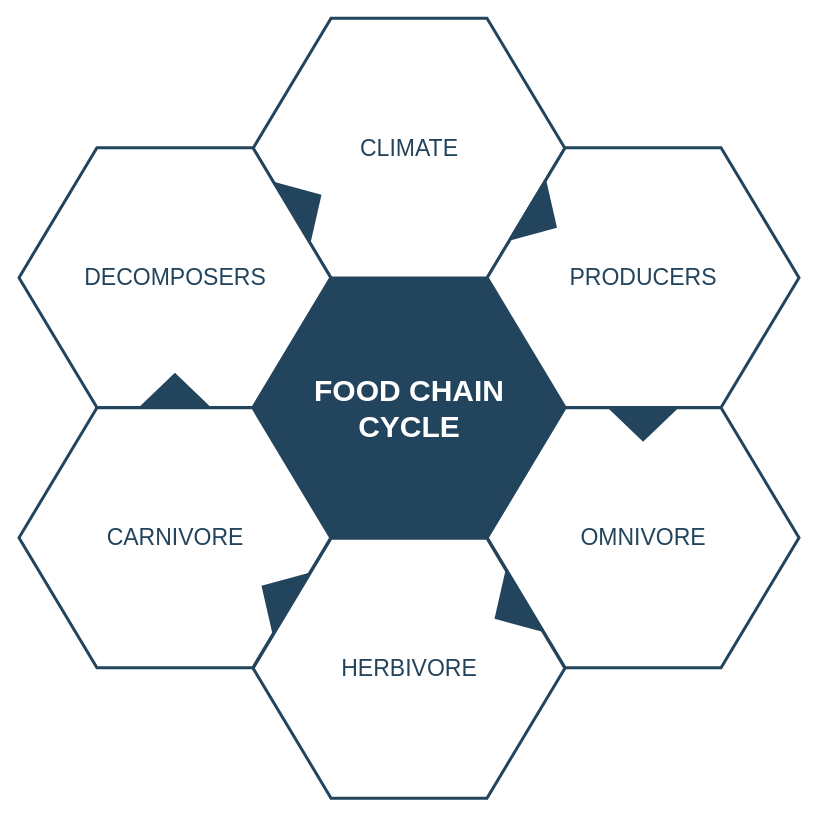
Above: Untitled Diagram.drawio in fangchen-yiside/DecryptLogin (draw.io), before the change. Source tidied: cells renumbered, new cells numbered last; positions are measured from the earlier drawing's top-left corner, leaving out a move shared by most shapes. Both pictures are drawn from the tidied source at 100%, with x=0, y=0 at pixel (18, 18).
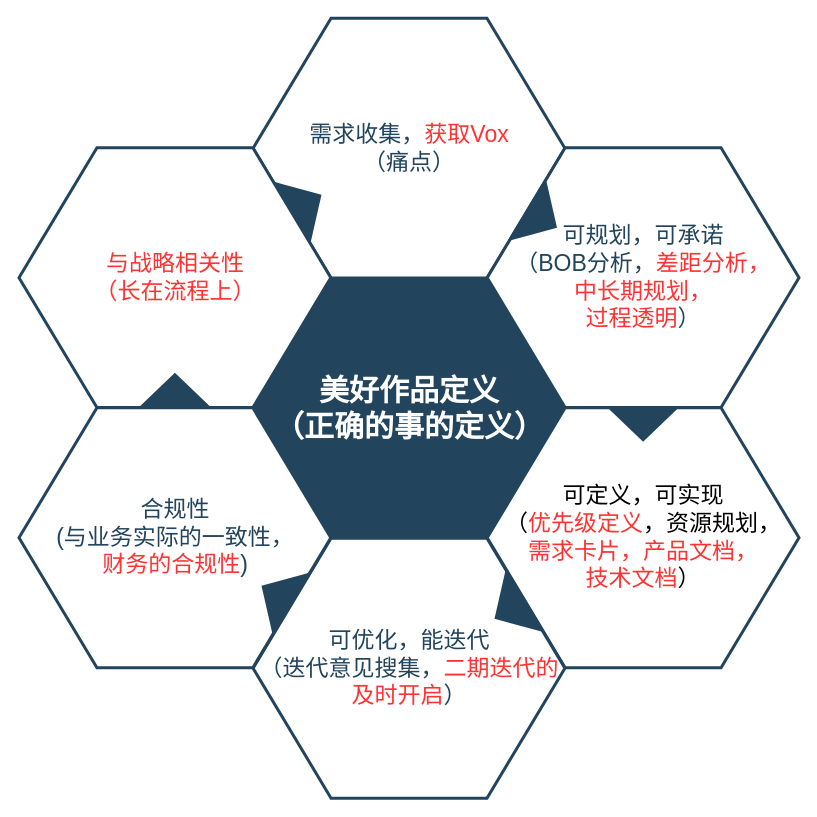
After the change.

The edit, as a diff of the source:
```diff
@@
 <mxGraphModel>
   <root>
     <mxCell id="0" />
     <mxCell id="1" parent="0" />
-    <mxCell id="2" value="&lt;font style=&quot;font-size: 30px&quot; color=&quot;#ffffff&quot;&gt;&lt;b&gt;&lt;span&gt;FOOD CHAIN&lt;/span&gt;&lt;br&gt;&lt;span&gt;CYCLE&lt;/span&gt;&lt;/b&gt;&lt;/font&gt;&lt;br&gt;" style="shape=hexagon;perimeter=hexagonPerimeter2;whiteSpace=wrap;html=1;shadow=0;labelBackgroundColor=none;strokeColor=#23445D;fillColor=#23445D;gradientColor=none;fontFamily=Helvetica;fontSize=23;fontColor=#23445d;align=center;strokeWidth=3;" parent="1" vertex="1">
+    <mxCell id="2" value="&lt;font color=&quot;#ffffff&quot;&gt;&lt;span style=&quot;font-size: 30px&quot;&gt;&lt;b&gt;美好作品定义&lt;br&gt;（正确的事的定义）&lt;br&gt;&lt;/b&gt;&lt;/span&gt;&lt;/font&gt;" style="shape=hexagon;perimeter=hexagonPerimeter2;whiteSpace=wrap;html=1;shadow=0;labelBackgroundColor=none;strokeColor=#23445D;fillColor=#23445D;gradientColor=none;fontFamily=Helvetica;fontSize=23;fontColor=#23445d;align=center;strokeWidth=3;" parent="1" vertex="1">
       <mxGeometry x="234.6" y="259.8" width="311.8" height="259.9" as="geometry" />
     </mxCell>
     <mxCell id="3" style="triangle;whiteSpace=wrap;html=1;shadow=0;labelBackgroundColor=none;strokeColor=none;fillColor=#FFFFFF;fontFamily=Helvetica;fontSize=17;fontColor=#23445d;align=center;rotation=90;gradientColor=none;flipV=1;flipH=1;opacity=20;" parent="1" vertex="1">
       <mxGeometry x="115.5" y="277.7" width="72" height="152" as="geometry" />
     </mxCell>
-    <mxCell id="4" value="&lt;font style=&quot;font-size: 23px&quot;&gt;CLIMATE&lt;/font&gt;" style="shape=hexagon;perimeter=hexagonPerimeter2;whiteSpace=wrap;html=1;shadow=0;labelBackgroundColor=none;strokeColor=#23445D;fillColor=#ffffff;gradientColor=none;fontFamily=Helvetica;fontSize=23;fontColor=#23445D;align=center;strokeWidth=3;" parent="1" vertex="1">
+    <mxCell id="4" value="&lt;font style=&quot;font-size: 23px&quot;&gt;需求收集，&lt;font color=&quot;#ff3333&quot;&gt;获取Vox&lt;/font&gt;&lt;br&gt;（痛点）&lt;br&gt;&lt;/font&gt;" style="shape=hexagon;perimeter=hexagonPerimeter2;whiteSpace=wrap;html=1;shadow=0;labelBackgroundColor=none;strokeColor=#23445D;fillColor=#ffffff;gradientColor=none;fontFamily=Helvetica;fontSize=23;fontColor=#23445D;align=center;strokeWidth=3;" parent="1" vertex="1">
       <mxGeometry x="234.6" y="-0.3" width="311.8" height="259.9" as="geometry" />
     </mxCell>
-    <mxCell id="5" value="&lt;font style=&quot;font-size: 23px&quot;&gt;PRODUCERS&lt;/font&gt;" style="shape=hexagon;perimeter=hexagonPerimeter2;whiteSpace=wrap;html=1;shadow=0;labelBackgroundColor=none;strokeColor=#23445D;fillColor=#FFFFFF;gradientColor=none;fontFamily=Helvetica;fontSize=23;fontColor=#23445d;align=center;strokeWidth=3;" parent="1" vertex="1">
+    <mxCell id="5" value="可规划，可承诺&lt;br&gt;（BOB分析，&lt;font color=&quot;#ff3333&quot;&gt;差距分析，&lt;br&gt;中长期规划，&lt;br&gt;过程透明&lt;/font&gt;）" style="shape=hexagon;perimeter=hexagonPerimeter2;whiteSpace=wrap;html=1;shadow=0;labelBackgroundColor=none;strokeColor=#23445D;fillColor=#FFFFFF;gradientColor=none;fontFamily=Helvetica;fontSize=23;fontColor=#23445d;align=center;strokeWidth=3;" parent="1" vertex="1">
       <mxGeometry x="468.7" y="129.2" width="311.8" height="259.9" as="geometry" />
     </mxCell>
-    <mxCell id="6" value="&lt;font style=&quot;font-size: 23px&quot;&gt;OMNIVORE&lt;/font&gt;" style="shape=hexagon;perimeter=hexagonPerimeter2;whiteSpace=wrap;html=1;shadow=0;labelBackgroundColor=none;strokeColor=#23445D;fillColor=#FFFFFF;gradientColor=none;fontFamily=Helvetica;fontSize=23;fontColor=#23445d;align=center;strokeWidth=3;" parent="1" vertex="1">
+    <mxCell id="6" value="&lt;font style=&quot;font-size: 23px&quot;&gt;&lt;font color=&quot;#000000&quot;&gt;可定义，可实现&lt;br&gt;（&lt;/font&gt;&lt;font color=&quot;#ff3333&quot;&gt;优先级定义&lt;/font&gt;&lt;font color=&quot;#000000&quot;&gt;，资源规划，&lt;/font&gt;&lt;br&gt;&lt;font color=&quot;#ff3333&quot;&gt;需求卡片，产品文档，&lt;br&gt;技术文档&lt;/font&gt;&lt;font color=&quot;#000000&quot;&gt;）&lt;/font&gt;&lt;br&gt;&lt;/font&gt;" style="shape=hexagon;perimeter=hexagonPerimeter2;whiteSpace=wrap;html=1;shadow=0;labelBackgroundColor=none;strokeColor=#23445D;fillColor=#FFFFFF;gradientColor=none;fontFamily=Helvetica;fontSize=23;fontColor=#23445d;align=center;strokeWidth=3;" parent="1" vertex="1">
       <mxGeometry x="468.7" y="389.3" width="311.8" height="259.9" as="geometry" />
     </mxCell>
-    <mxCell id="7" value="&lt;font style=&quot;font-size: 23px&quot;&gt;HERBIVORE&lt;/font&gt;" style="shape=hexagon;perimeter=hexagonPerimeter2;whiteSpace=wrap;html=1;shadow=0;labelBackgroundColor=none;strokeColor=#23445D;fillColor=#FFFFFF;gradientColor=none;fontFamily=Helvetica;fontSize=23;fontColor=#23445d;align=center;strokeWidth=3;" parent="1" vertex="1">
+    <mxCell id="7" value="&lt;font style=&quot;font-size: 23px&quot;&gt;可优化，能迭代&lt;br&gt;（迭代意见搜集，&lt;font color=&quot;#ff3333&quot;&gt;二期迭代的及时开启&lt;/font&gt;）&lt;br&gt;&lt;/font&gt;" style="shape=hexagon;perimeter=hexagonPerimeter2;whiteSpace=wrap;html=1;shadow=0;labelBackgroundColor=none;strokeColor=#23445D;fillColor=#FFFFFF;gradientColor=none;fontFamily=Helvetica;fontSize=23;fontColor=#23445d;align=center;strokeWidth=3;" parent="1" vertex="1">
       <mxGeometry x="234.6" y="519.8" width="311.8" height="259.9" as="geometry" />
     </mxCell>
-    <mxCell id="8" value="&lt;font style=&quot;font-size: 23px&quot;&gt;CARNIVORE&lt;/font&gt;" style="shape=hexagon;perimeter=hexagonPerimeter2;whiteSpace=wrap;html=1;shadow=0;labelBackgroundColor=none;strokeColor=#23445D;fillColor=#FFFFFF;gradientColor=none;fontFamily=Helvetica;fontSize=23;fontColor=#23445d;align=center;strokeWidth=3;" parent="1" vertex="1">
+    <mxCell id="8" value="合规性&lt;br&gt;(与业务实际的一致性，&lt;br&gt;&lt;font color=&quot;#ff3333&quot;&gt;财务的合规性&lt;/font&gt;)" style="shape=hexagon;perimeter=hexagonPerimeter2;whiteSpace=wrap;html=1;shadow=0;labelBackgroundColor=none;strokeColor=#23445D;fillColor=#FFFFFF;gradientColor=none;fontFamily=Helvetica;fontSize=23;fontColor=#23445d;align=center;strokeWidth=3;" parent="1" vertex="1">
       <mxGeometry x="0.5" y="389.3" width="311.8" height="259.9" as="geometry" />
     </mxCell>
-    <mxCell id="9" value="&lt;font style=&quot;font-size: 23px;&quot;&gt;DECOMPOSERS&lt;/font&gt;" style="shape=hexagon;perimeter=hexagonPerimeter2;whiteSpace=wrap;html=1;shadow=0;labelBackgroundColor=none;strokeColor=#23445D;fillColor=#ffffff;gradientColor=none;fontFamily=Helvetica;fontSize=23;fontColor=#23445D;align=center;strokeWidth=3;" parent="1" vertex="1">
+    <mxCell id="9" value="&lt;font style=&quot;font-size: 23px&quot;&gt;&lt;font color=&quot;#ff3333&quot;&gt;与战略相关性&lt;br&gt;（长在流程上）&lt;/font&gt;&lt;br&gt;&lt;/font&gt;" style="shape=hexagon;perimeter=hexagonPerimeter2;whiteSpace=wrap;html=1;shadow=0;labelBackgroundColor=none;strokeColor=#23445D;fillColor=#ffffff;gradientColor=none;fontFamily=Helvetica;fontSize=23;fontColor=#23445D;align=center;strokeWidth=3;" parent="1" vertex="1">
       <mxGeometry x="0.5" y="129.2" width="311.8" height="259.9" as="geometry" />
     </mxCell>
     <mxCell id="10" style="triangle;whiteSpace=wrap;html=1;shadow=0;labelBackgroundColor=none;strokeColor=none;fillColor=#23445D;fontFamily=Helvetica;fontSize=17;fontColor=#23445d;align=center;rotation=31;gradientColor=none;strokeWidth=3;" parent="1" vertex="1">
       <mxGeometry x="506" y="163.7" width="35" height="73" as="geometry" />
     </mxCell>
     <mxCell id="11" style="triangle;whiteSpace=wrap;html=1;shadow=0;labelBackgroundColor=none;strokeColor=none;fillColor=#23445D;fontFamily=Helvetica;fontSize=17;fontColor=#23445d;align=center;rotation=31;gradientColor=none;flipH=1;strokeWidth=3;" parent="1" vertex="1">
       <mxGeometry x="240.5" y="539.7" width="35" height="73" as="geometry" />
     </mxCell>
     <mxCell id="12" style="triangle;whiteSpace=wrap;html=1;shadow=0;labelBackgroundColor=none;strokeColor=none;fillColor=#23445D;fontFamily=Helvetica;fontSize=17;fontColor=#23445d;align=center;rotation=329;gradientColor=none;strokeWidth=3;" parent="1" vertex="1">
       <mxGeometry x="270.5" y="148.7" width="35" height="73" as="geometry" />
     </mxCell>
     <mxCell id="13" style="triangle;whiteSpace=wrap;html=1;shadow=0;labelBackgroundColor=none;strokeColor=none;fillColor=#23445D;fontFamily=Helvetica;fontSize=17;fontColor=#23445d;align=center;rotation=329;gradientColor=none;flipH=1;strokeWidth=3;" parent="1" vertex="1">
       <mxGeometry x="473.5" y="554.7" width="35" height="73" as="geometry" />
     </mxCell>
     <mxCell id="14" style="triangle;whiteSpace=wrap;html=1;shadow=0;labelBackgroundColor=none;strokeColor=none;fillColor=#23445D;fontFamily=Helvetica;fontSize=17;fontColor=#23445d;align=center;rotation=90;gradientColor=none;strokeWidth=3;" parent="1" vertex="1">
       <mxGeometry x="607.1" y="369.2" width="35" height="73" as="geometry" />
     </mxCell>
     <mxCell id="15" style="triangle;whiteSpace=wrap;html=1;shadow=0;labelBackgroundColor=none;strokeColor=none;fillColor=#23445D;fontFamily=Helvetica;fontSize=17;fontColor=#23445d;align=center;rotation=90;gradientColor=none;flipH=1;strokeWidth=3;" parent="1" vertex="1">
       <mxGeometry x="138.9" y="335.2" width="35" height="73" as="geometry" />
     </mxCell>
   </root>
 </mxGraphModel>
```
